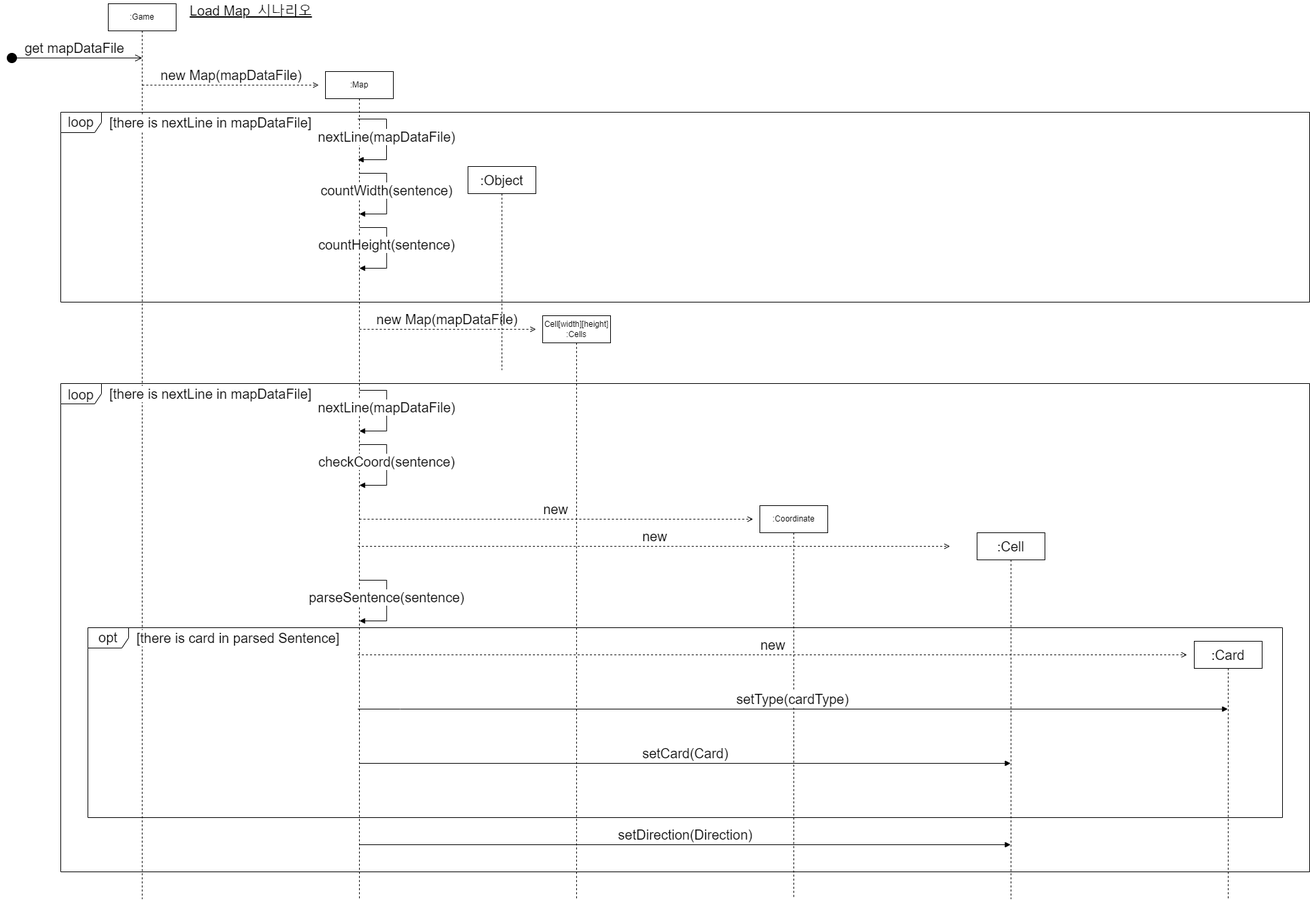
nakyoung98/softwareEnginnering keeps this draw.io diagram as refer/시나리오 SSD/LoadMap시나리오 SD.png. Above is the earlier version. Source tidied: cells renumbered, new cells last; positions are measured from the earlier drawing's top-left corner, leaving out a move shared by most shapes.
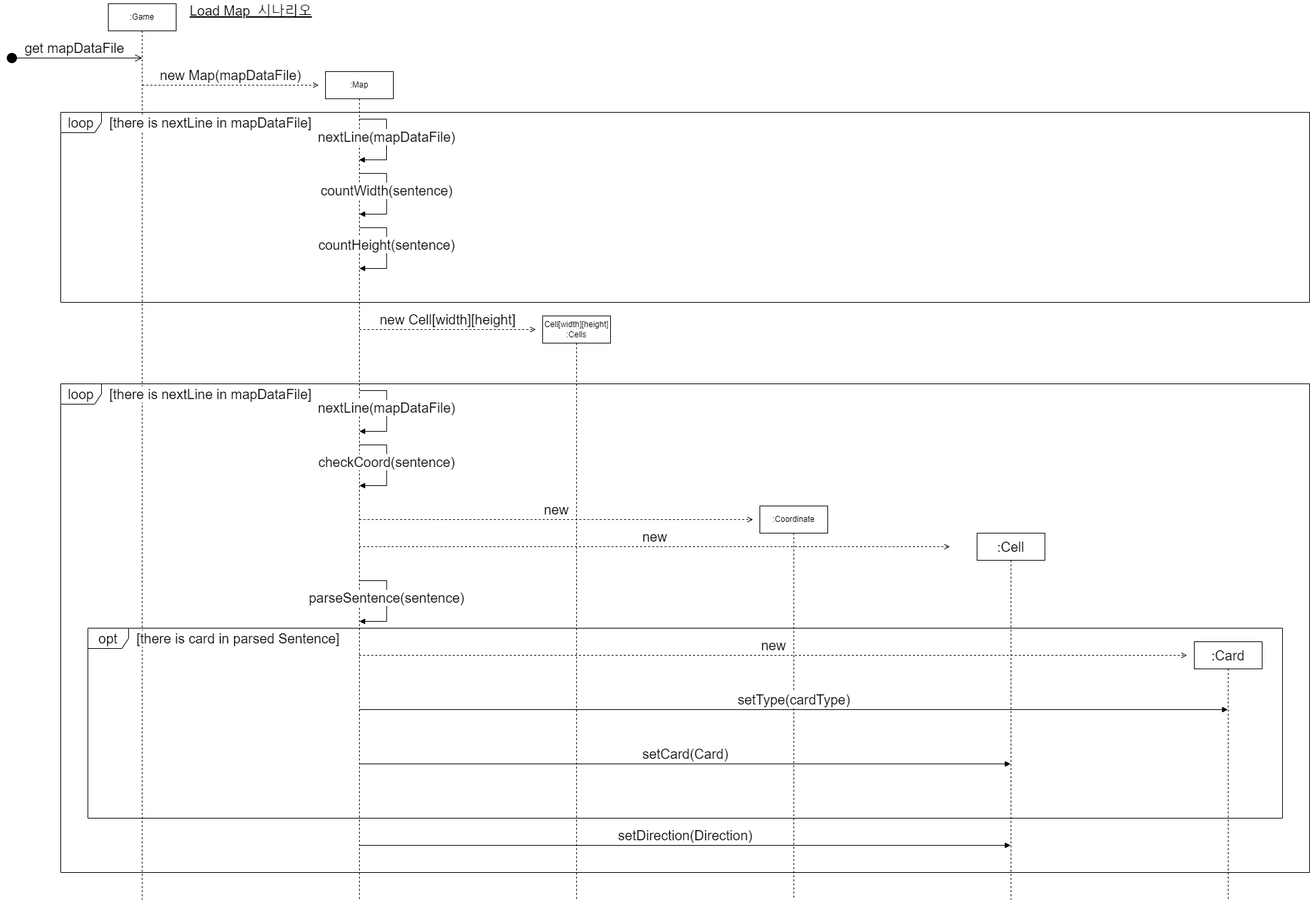
After the change.

Change to the diagram source:
```diff
@@ -112,7 +112,7 @@
         </Array>
       </mxGeometry>
     </mxCell>
-    <mxCell id="22" value="new Map(mapDataFile)" style="html=1;verticalAlign=bottom;endArrow=open;rounded=0;dashed=1;endFill=0;fontSize=20;" parent="1" edge="1">
+    <mxCell id="22" value="new Cell[width][height]" style="html=1;verticalAlign=bottom;endArrow=open;rounded=0;dashed=1;endFill=0;fontSize=20;" parent="1" edge="1">
       <mxGeometry relative="1" as="geometry">
         <mxPoint x="520" y="485" as="sourcePoint" />
         <mxPoint x="780" y="485" as="targetPoint" />
@@ -121,9 +121,6 @@
     <mxCell id="23" value="[there is nextLine in mapDataFile]" style="text;html=1;strokeColor=none;fillColor=none;align=left;verticalAlign=middle;whiteSpace=wrap;rounded=0;labelBackgroundColor=default;fontSize=20;" parent="1" vertex="1">
       <mxGeometry x="150" y="565" width="310" height="30" as="geometry" />
     </mxCell>
-    <mxCell id="24" value=":Object" style="shape=umlLifeline;perimeter=lifelinePerimeter;whiteSpace=wrap;html=1;labelBackgroundColor=default;fontSize=20;" parent="1" vertex="1">
-      <mxGeometry x="680" y="245" width="100" height="300" as="geometry" />
-    </mxCell>
     <mxCell id="25" value="new" style="html=1;verticalAlign=bottom;endArrow=open;rounded=0;dashed=1;endFill=0;fontSize=20;" parent="1" edge="1">
       <mxGeometry relative="1" as="geometry">
         <mxPoint x="520" y="765" as="sourcePoint" />
```
